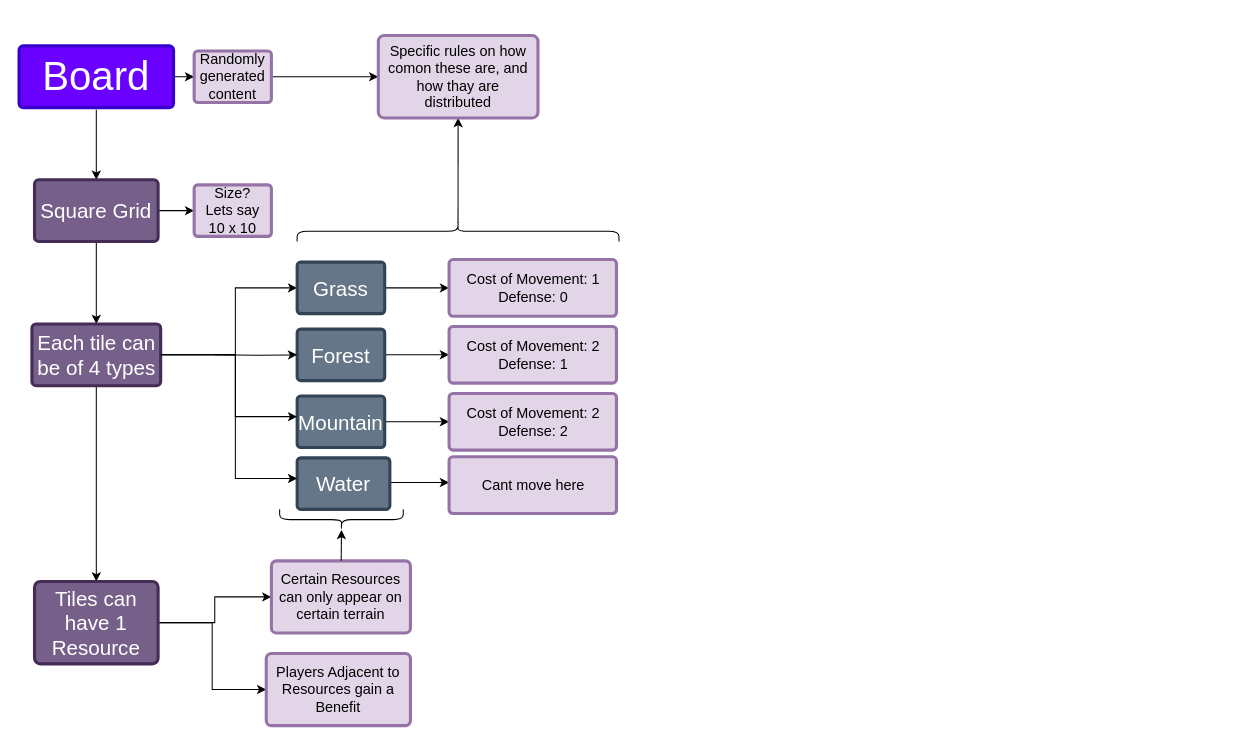
Earlier version of the draw.io diagram Game Elements Diagram.drawio (Valentino-02/board-game-client). Source tidied: cells renumbered, new cells numbered last; positions are measured from the earlier drawing's top-left corner, leaving out a move shared by most shapes. Both pictures are drawn from the tidied source at 103%, with x=0, y=0 at pixel (19, 35).
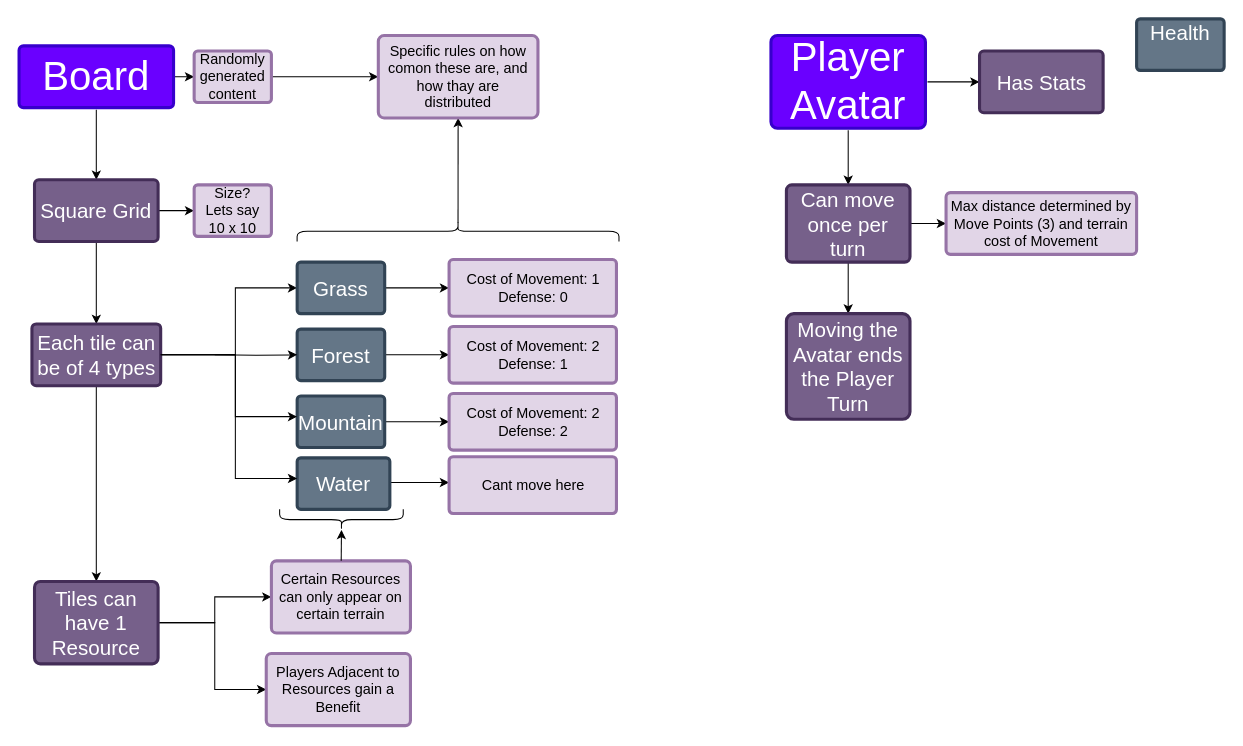
The same page after the edit.

Unchanged cells that the change refers to:
```xml
<mxCell id="34" value="Tiles can have 1 Resource" style="whiteSpace=wrap;html=1;fontSize=20;fillColor=#76608a;strokeColor=#432D57;fontColor=#ffffff;rounded=1;shadow=0;labelBackgroundColor=none;strokeWidth=3;spacing=5;arcSize=7;" parent="1" vertex="1">
  <mxGeometry x="15" y="530" width="120" height="80" as="geometry" />
</mxCell>
<mxCell id="36" value="Players Adjacent to Resources gain a Benefit" style="whiteSpace=wrap;html=1;fontSize=14;fillColor=#e1d5e7;strokeColor=#9673a6;fontColor=default;rounded=1;shadow=0;labelBackgroundColor=none;strokeWidth=3;spacing=5;arcSize=7;" parent="1" vertex="1">
  <mxGeometry x="240" y="600" width="140" height="70" as="geometry" />
</mxCell>
```

Diff of the diagram source:
```diff
@@
     <mxCell id="33" style="edgeStyle=orthogonalEdgeStyle;rounded=0;jettySize=auto;html=1;" parent="1" edge="1" source="34" target="36">
-      <mxGeometry relative="1" as="geometry" />
+      <mxGeometry relative="1" as="geometry">
+        <Array as="points">
+          <mxPoint x="190" y="570" />
+          <mxPoint x="190" y="635" />
+        </Array>
+      </mxGeometry>
     </mxCell>
@@
+    <mxCell id="39" style="edgeStyle=orthogonalEdgeStyle;rounded=0;jettySize=auto;html=1;" parent="1" edge="1" source="41" target="44">
+      <mxGeometry relative="1" as="geometry" />
+    </mxCell>
+    <mxCell id="40" style="edgeStyle=orthogonalEdgeStyle;rounded=0;jettySize=auto;html=1;" parent="1" edge="1" source="41" target="47">
+      <mxGeometry relative="1" as="geometry" />
+    </mxCell>
+    <mxCell id="41" value="Player Avatar" style="rounded=1;whiteSpace=wrap;html=1;shadow=0;labelBackgroundColor=none;strokeColor=#3700CC;strokeWidth=3;fillColor=#6a00ff;fontFamily=Helvetica;fontSize=39;align=center;spacing=5;arcSize=7;perimeterSpacing=2;fontColor=#ffffff;" parent="1" vertex="1">
+      <mxGeometry x="730" width="150" height="90" as="geometry" />
+    </mxCell>
+    <mxCell id="42" style="edgeStyle=orthogonalEdgeStyle;rounded=0;jettySize=auto;html=1;" parent="1" edge="1" source="44" target="45">
+      <mxGeometry relative="1" as="geometry" />
+    </mxCell>
+    <mxCell id="43" style="edgeStyle=orthogonalEdgeStyle;rounded=0;jettySize=auto;html=1;" parent="1" edge="1" source="44" target="46">
+      <mxGeometry relative="1" as="geometry" />
+    </mxCell>
+    <mxCell id="44" value="Can move once per turn" style="whiteSpace=wrap;html=1;fontSize=20;fillColor=#76608a;strokeColor=#432D57;fontColor=#ffffff;rounded=1;shadow=0;labelBackgroundColor=none;strokeWidth=3;spacing=5;arcSize=7;" parent="1" vertex="1">
+      <mxGeometry x="745" y="145" width="120" height="75" as="geometry" />
+    </mxCell>
+    <mxCell id="45" value="Max distance determined by Move Points (3) and terrain cost of Movement" style="whiteSpace=wrap;html=1;fontSize=14;fillColor=#e1d5e7;strokeColor=#9673a6;fontColor=default;rounded=1;shadow=0;labelBackgroundColor=none;strokeWidth=3;spacing=5;arcSize=7;" parent="1" vertex="1">
+      <mxGeometry x="900" y="152.5" width="185" height="60" as="geometry" />
+    </mxCell>
+    <mxCell id="46" value="Moving the Avatar ends the Player Turn" style="whiteSpace=wrap;html=1;fontSize=20;fillColor=#76608a;strokeColor=#432D57;fontColor=#ffffff;rounded=1;shadow=0;labelBackgroundColor=none;strokeWidth=3;spacing=5;arcSize=7;" parent="1" vertex="1">
+      <mxGeometry x="745" y="270" width="120" height="102.5" as="geometry" />
+    </mxCell>
+    <mxCell id="47" value="Has Stats" style="whiteSpace=wrap;html=1;fontSize=20;fillColor=#76608a;strokeColor=#432D57;fontColor=#ffffff;rounded=1;shadow=0;labelBackgroundColor=none;strokeWidth=3;spacing=5;arcSize=7;" parent="1" vertex="1">
+      <mxGeometry x="932.5" y="15" width="120" height="60" as="geometry" />
+    </mxCell>
+    <mxCell id="48" value="&lt;div&gt;Health&lt;/div&gt;&lt;div&gt;&lt;br&gt;&lt;/div&gt;" style="whiteSpace=wrap;html=1;fontSize=20;fillColor=#647687;strokeColor=#314354;fontColor=#ffffff;rounded=1;shadow=0;labelBackgroundColor=none;strokeWidth=3;spacing=5;arcSize=7;" parent="1" vertex="1">
+      <mxGeometry x="1085" y="-16.2" width="85" height="50" as="geometry" />
+    </mxCell>
```
